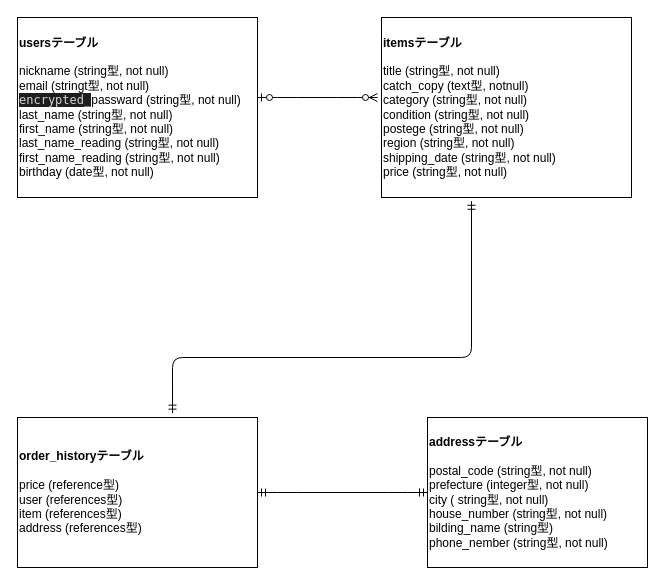
The draw.io diagram furima-36558.dio in kie-yoshinaga/furima-36558, before the edit. Source tidied: cells renumbered, new cells numbered last; positions are measured from the earlier drawing's top-left corner, leaving out a move shared by most shapes. Both pictures are drawn from the tidied source at 100%, with x=0, y=0 at pixel (17, 17).
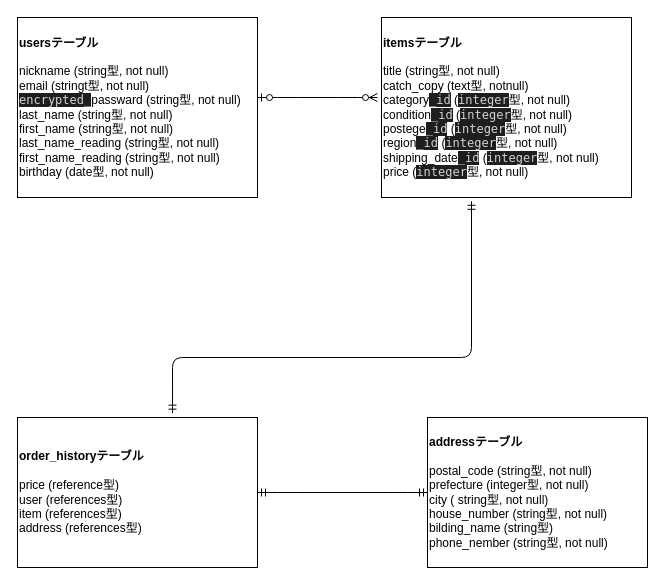
After the change.

The edit, as a diff of the source:
```diff
@@
 <mxGraphModel>
   <root>
     <mxCell id="0" />
     <mxCell id="1" parent="0" />
     <mxCell id="2" value="&lt;b&gt;usersテーブル&lt;br&gt;&lt;/b&gt;&lt;br&gt;nickname (string型, not null)&lt;br&gt;email (stringt型, not null)&lt;br&gt;&lt;span style=&quot;background-color: rgb(30 , 30 , 30) ; color: rgb(212 , 212 , 212) ; font-family: &amp;#34;menlo&amp;#34; , &amp;#34;monaco&amp;#34; , &amp;#34;courier new&amp;#34; , monospace&quot;&gt;encrypted_&lt;/span&gt;passward (string型, not null)&lt;br&gt;last_name (string型, not null)&lt;br&gt;first_name (string型, not null)&lt;br&gt;last_name_reading (string型, not null)&lt;br&gt;first_name_reading (string型, not null)&lt;br&gt;&lt;div&gt;&lt;span&gt;birthday (date型, not null)&lt;/span&gt;&lt;/div&gt;" style="rounded=0;whiteSpace=wrap;html=1;align=left;" parent="1" vertex="1">
       <mxGeometry width="240" height="180" as="geometry" />
     </mxCell>
-    <mxCell id="3" value="&lt;b&gt;itemsテーブル&lt;/b&gt;&lt;br&gt;&lt;br&gt;title (string型, not null)&lt;br&gt;catch_copy (text型, notnull)&lt;br&gt;category (string型, not null)&lt;br&gt;condition (string型, not null)&lt;br&gt;postege (string型, not null)&lt;br&gt;region (string型, not null)&lt;br&gt;shipping_date (string型, not null)&lt;br&gt;price (string型, not null)" style="rounded=0;whiteSpace=wrap;html=1;align=left;" parent="1" vertex="1">
+    <mxCell id="3" value="&lt;b&gt;itemsテーブル&lt;/b&gt;&lt;br&gt;&lt;br&gt;title (string型, not null)&lt;br&gt;catch_copy (text型, notnull)&lt;br&gt;category&lt;span style=&quot;background-color: rgb(30 , 30 , 30) ; color: rgb(212 , 212 , 212) ; font-family: &amp;#34;menlo&amp;#34; , &amp;#34;monaco&amp;#34; , &amp;#34;courier new&amp;#34; , monospace&quot;&gt;_id&lt;/span&gt;&lt;span&gt;&amp;nbsp;(&lt;/span&gt;&lt;span style=&quot;background-color: rgb(30 , 30 , 30) ; color: rgb(212 , 212 , 212) ; font-family: &amp;#34;menlo&amp;#34; , &amp;#34;monaco&amp;#34; , &amp;#34;courier new&amp;#34; , monospace&quot;&gt;integer&lt;/span&gt;&lt;span&gt;型, not null)&lt;/span&gt;&lt;br&gt;condition&lt;span style=&quot;background-color: rgb(30 , 30 , 30) ; color: rgb(212 , 212 , 212) ; font-family: &amp;#34;menlo&amp;#34; , &amp;#34;monaco&amp;#34; , &amp;#34;courier new&amp;#34; , monospace&quot;&gt;_id&lt;/span&gt;&lt;span&gt;&amp;nbsp;(&lt;/span&gt;&lt;span style=&quot;background-color: rgb(30 , 30 , 30) ; color: rgb(212 , 212 , 212) ; font-family: &amp;#34;menlo&amp;#34; , &amp;#34;monaco&amp;#34; , &amp;#34;courier new&amp;#34; , monospace&quot;&gt;integer&lt;/span&gt;&lt;span&gt;型, not null)&lt;/span&gt;&lt;br&gt;postege&lt;span style=&quot;background-color: rgb(30 , 30 , 30) ; color: rgb(212 , 212 , 212) ; font-family: &amp;#34;menlo&amp;#34; , &amp;#34;monaco&amp;#34; , &amp;#34;courier new&amp;#34; , monospace&quot;&gt;_id&lt;/span&gt;&lt;span&gt;&amp;nbsp;(&lt;/span&gt;&lt;span style=&quot;background-color: rgb(30 , 30 , 30) ; color: rgb(212 , 212 , 212) ; font-family: &amp;#34;menlo&amp;#34; , &amp;#34;monaco&amp;#34; , &amp;#34;courier new&amp;#34; , monospace&quot;&gt;integer&lt;/span&gt;&lt;span&gt;型, not null)&lt;/span&gt;&lt;br&gt;region&lt;span style=&quot;background-color: rgb(30 , 30 , 30) ; color: rgb(212 , 212 , 212) ; font-family: &amp;#34;menlo&amp;#34; , &amp;#34;monaco&amp;#34; , &amp;#34;courier new&amp;#34; , monospace&quot;&gt;_id&lt;/span&gt;&lt;span&gt;&amp;nbsp;(&lt;/span&gt;&lt;span style=&quot;background-color: rgb(30 , 30 , 30) ; color: rgb(212 , 212 , 212) ; font-family: &amp;#34;menlo&amp;#34; , &amp;#34;monaco&amp;#34; , &amp;#34;courier new&amp;#34; , monospace&quot;&gt;integer&lt;/span&gt;&lt;span&gt;型, not null)&lt;/span&gt;&lt;br&gt;shipping_date&lt;span style=&quot;background-color: rgb(30 , 30 , 30) ; color: rgb(212 , 212 , 212) ; font-family: &amp;#34;menlo&amp;#34; , &amp;#34;monaco&amp;#34; , &amp;#34;courier new&amp;#34; , monospace&quot;&gt;_id&lt;/span&gt;&lt;span&gt;&amp;nbsp;(&lt;/span&gt;&lt;span style=&quot;background-color: rgb(30 , 30 , 30) ; color: rgb(212 , 212 , 212) ; font-family: &amp;#34;menlo&amp;#34; , &amp;#34;monaco&amp;#34; , &amp;#34;courier new&amp;#34; , monospace&quot;&gt;integer&lt;/span&gt;&lt;span&gt;型, not null)&lt;/span&gt;&lt;br&gt;price (&lt;span style=&quot;background-color: rgb(30 , 30 , 30) ; color: rgb(212 , 212 , 212) ; font-family: &amp;#34;menlo&amp;#34; , &amp;#34;monaco&amp;#34; , &amp;#34;courier new&amp;#34; , monospace&quot;&gt;integer&lt;/span&gt;&lt;span&gt;型, not null)&lt;/span&gt;" style="rounded=0;whiteSpace=wrap;html=1;align=left;" parent="1" vertex="1">
       <mxGeometry x="364" width="250" height="180" as="geometry" />
     </mxCell>
     <mxCell id="4" value="&lt;b&gt;order_historyテーブル&lt;/b&gt;&lt;br&gt;&lt;br&gt;price (reference型)&lt;br&gt;user (references型)&lt;br&gt;item (references型)&lt;br&gt;address (references型)" style="rounded=0;whiteSpace=wrap;html=1;align=left;" parent="1" vertex="1">
       <mxGeometry y="400" width="240" height="150" as="geometry" />
     </mxCell>
     <mxCell id="5" value="&lt;b&gt;addressテーブル&lt;/b&gt;&lt;br&gt;&lt;br&gt;postal_code (string型, not null)&lt;br&gt;prefecture (integer型, not null)&lt;br&gt;city ( string型, not null)&lt;br&gt;house_number (string型, not null)&lt;br&gt;bilding_name (string型)&lt;br&gt;phone_nember (string型, not null)" style="rounded=0;whiteSpace=wrap;html=1;align=left;" parent="1" vertex="1">
       <mxGeometry x="410" y="400" width="220" height="150" as="geometry" />
     </mxCell>
     <mxCell id="6" style="edgeStyle=entityRelationEdgeStyle;fontSize=12;html=1;endArrow=ERzeroToMany;startArrow=ERzeroToOne;" parent="1" edge="1">
       <mxGeometry relative="1" as="geometry">
         <mxPoint x="240" y="80" as="sourcePoint" />
         <mxPoint x="360" y="80" as="targetPoint" />
       </mxGeometry>
     </mxCell>
     <mxCell id="7" style="edgeStyle=entityRelationEdgeStyle;fontSize=12;html=1;endArrow=ERmandOne;startArrow=ERmandOne;exitX=1;exitY=0.5;exitDx=0;exitDy=0;entryX=0;entryY=0.5;entryDx=0;entryDy=0;" parent="1" edge="1" source="4" target="5">
       <mxGeometry relative="1" as="geometry" />
     </mxCell>
     <mxCell id="8" style="edgeStyle=orthogonalEdgeStyle;fontSize=12;html=1;endArrow=ERmandOne;startArrow=ERmandOne;exitX=0.646;exitY=-0.029;exitDx=0;exitDy=0;exitPerimeter=0;entryX=0.36;entryY=1.021;entryDx=0;entryDy=0;entryPerimeter=0;" parent="1" edge="1" source="4" target="3">
       <mxGeometry relative="1" as="geometry">
         <Array as="points">
           <mxPoint x="155" y="340" />
           <mxPoint x="454" y="340" />
         </Array>
       </mxGeometry>
     </mxCell>
   </root>
 </mxGraphModel>
```
